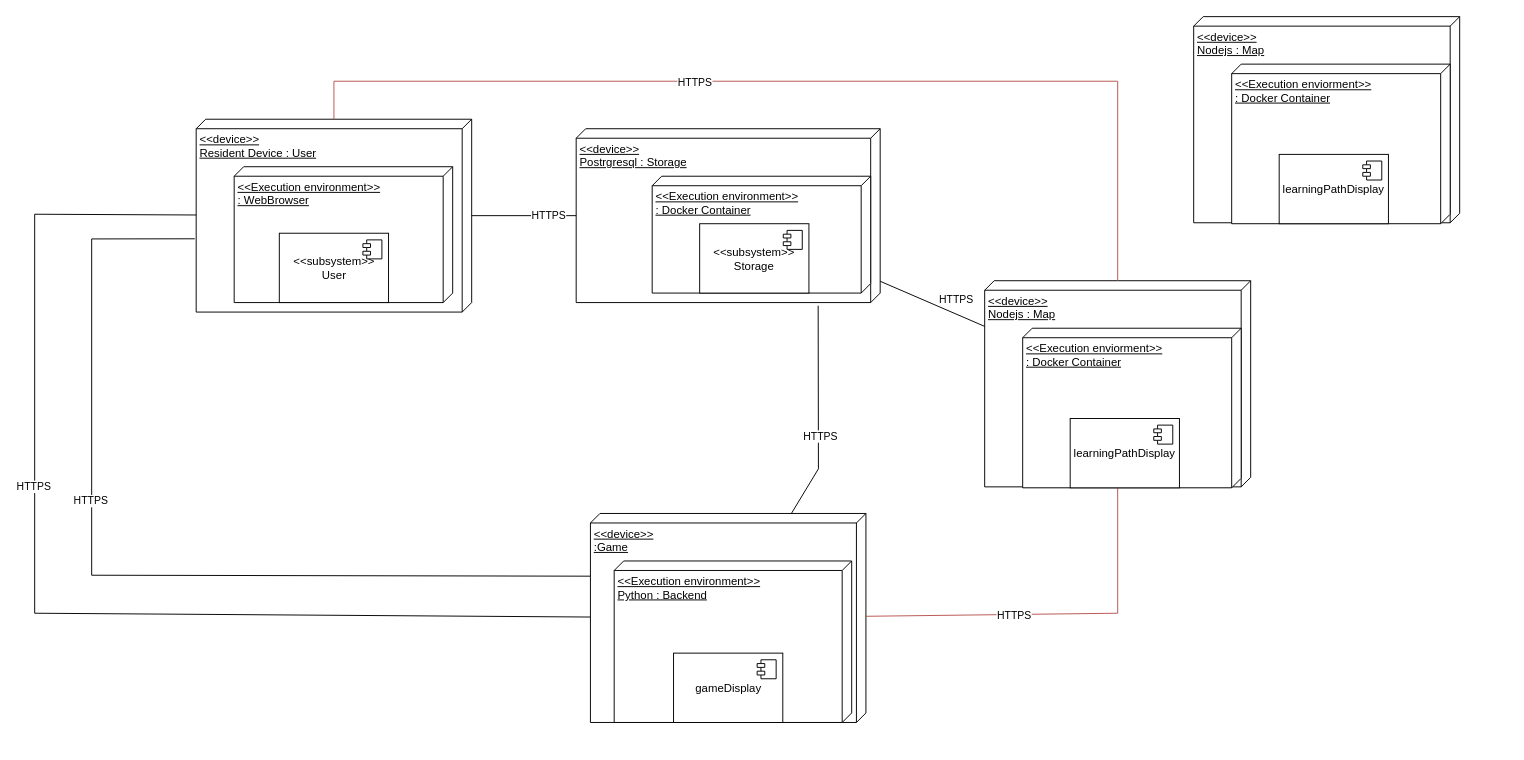
Before: FinalProject.drawio in sirfan123/1530, a draw.io diagram. Source tidied: cells renumbered, new cells numbered last; positions are measured from the earlier drawing's top-left corner, leaving out a move shared by most shapes. Both pictures are drawn from the tidied source at 95%, with x=0, y=0 at pixel (34, 16).
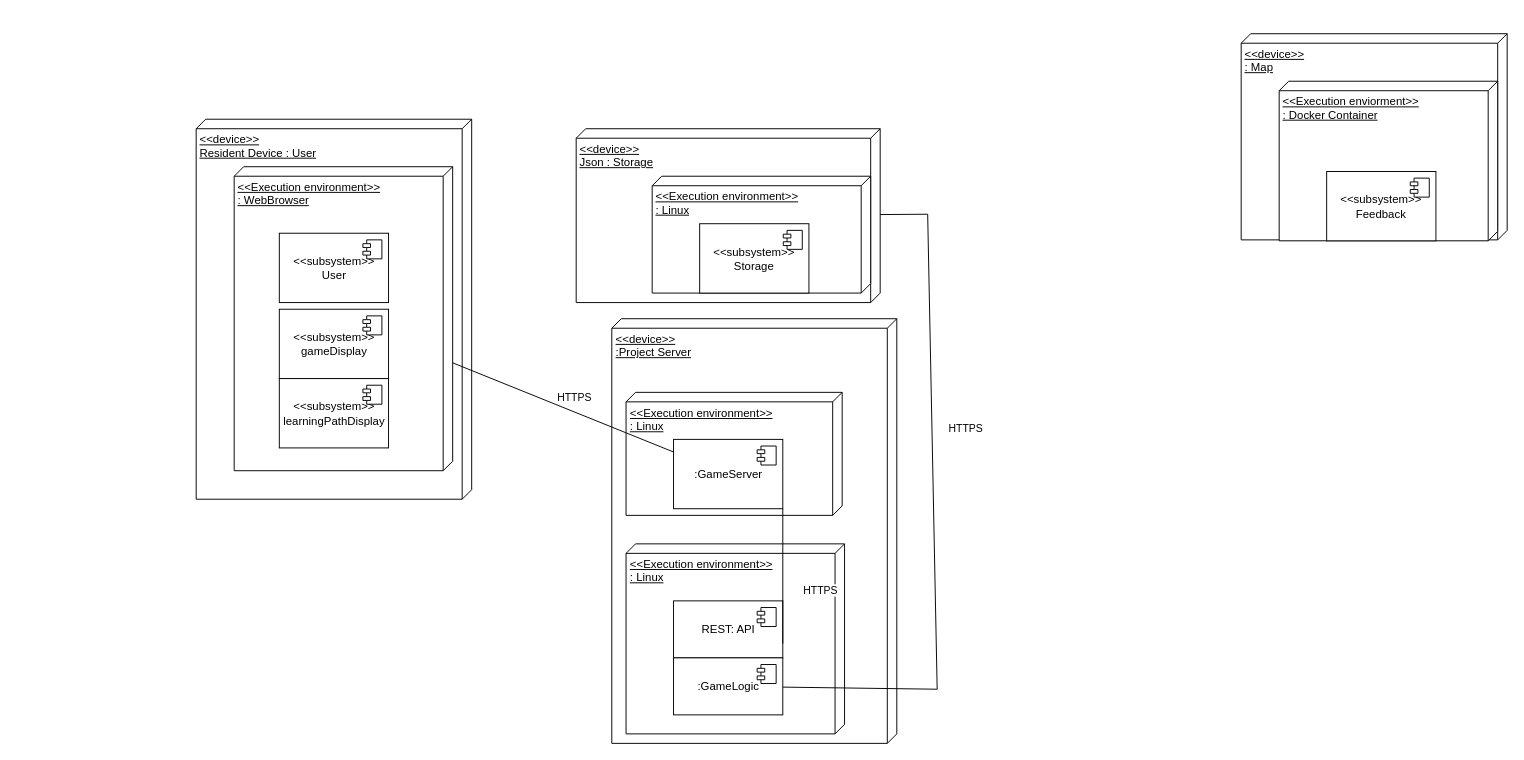
After the change.

Change to the diagram source:
```diff
@@
     <mxCell id="2" value="&amp;lt;&amp;lt;device&amp;gt;&amp;gt;&lt;br&gt;Resident Device : User" style="verticalAlign=top;align=left;spacingTop=8;spacingLeft=2;spacingRight=12;shape=cube;size=10;direction=south;fontStyle=4;html=1;whiteSpace=wrap;" parent="1" vertex="1">
-      <mxGeometry x="170" y="108" width="290" height="203" as="geometry" />
+      <mxGeometry x="170" y="108" width="290" height="400" as="geometry" />
     </mxCell>
     <mxCell id="3" value="&amp;lt;&amp;lt;Execution environment&amp;gt;&amp;gt;&lt;br&gt;: WebBrowser" style="verticalAlign=top;align=left;spacingTop=8;spacingLeft=2;spacingRight=12;shape=cube;size=10;direction=south;fontStyle=4;html=1;whiteSpace=wrap;" parent="1" vertex="1">
-      <mxGeometry x="210" y="158" width="230" height="143" as="geometry" />
+      <mxGeometry x="210" y="158" width="230" height="320" as="geometry" />
     </mxCell>
@@
-    <mxCell id="6" value="&amp;lt;&amp;lt;device&amp;gt;&amp;gt;&lt;br&gt;Postrgresql : Storage" style="verticalAlign=top;align=left;spacingTop=8;spacingLeft=2;spacingRight=12;shape=cube;size=10;direction=south;fontStyle=4;html=1;whiteSpace=wrap;" parent="1" vertex="1">
+    <mxCell id="6" value="&amp;lt;&amp;lt;device&amp;gt;&amp;gt;&lt;br&gt;Json : Storage" style="verticalAlign=top;align=left;spacingTop=8;spacingLeft=2;spacingRight=12;shape=cube;size=10;direction=south;fontStyle=4;html=1;whiteSpace=wrap;" parent="1" vertex="1">
       <mxGeometry x="570" y="118" width="320" height="183" as="geometry" />
     </mxCell>
-    <mxCell id="7" value="&amp;lt;&amp;lt;Execution environment&amp;gt;&amp;gt;&lt;br&gt;: Docker Container" style="verticalAlign=top;align=left;spacingTop=8;spacingLeft=2;spacingRight=12;shape=cube;size=10;direction=south;fontStyle=4;html=1;whiteSpace=wrap;" parent="1" vertex="1">
+    <mxCell id="7" value="&amp;lt;&amp;lt;Execution environment&amp;gt;&amp;gt;&lt;br&gt;: Linux" style="verticalAlign=top;align=left;spacingTop=8;spacingLeft=2;spacingRight=12;shape=cube;size=10;direction=south;fontStyle=4;html=1;whiteSpace=wrap;" parent="1" vertex="1">
       <mxGeometry x="650" y="168" width="230" height="123" as="geometry" />
     </mxCell>
-    <mxCell id="8" style="endArrow=none;html=1;rounded=0;" parent="1" edge="1" source="2" target="6">
-      <mxGeometry relative="1" as="geometry" />
-    </mxCell>
-    <mxCell id="9" value="HTTPS" style="edgeLabel;html=1;align=center;verticalAlign=middle;" parent="8" vertex="1">
-      <mxGeometry x="-0.22" y="-2" relative="1" as="geometry">
-        <mxPoint x="37" y="-2" as="offset" />
-      </mxGeometry>
-    </mxCell>
-    <mxCell id="10" value="&amp;lt;&amp;lt;device&amp;gt;&amp;gt;&lt;br&gt;:Game" style="verticalAlign=top;align=left;spacingTop=8;spacingLeft=2;spacingRight=12;shape=cube;size=10;direction=south;fontStyle=4;html=1;whiteSpace=wrap;" parent="1" vertex="1">
-      <mxGeometry x="585" y="523" width="290" height="220" as="geometry" />
-    </mxCell>
-    <mxCell id="11" value="&amp;lt;&amp;lt;Execution environment&amp;gt;&amp;gt;&lt;br&gt;Python : Backend" style="verticalAlign=top;align=left;spacingTop=8;spacingLeft=2;spacingRight=12;shape=cube;size=10;direction=south;fontStyle=4;html=1;whiteSpace=wrap;" parent="1" vertex="1">
-      <mxGeometry x="610" y="573" width="250" height="170" as="geometry" />
-    </mxCell>
-    <mxCell id="12" style="endArrow=none;html=1;rounded=0;entryX=1.018;entryY=0.204;entryDx=0;entryDy=0;entryPerimeter=0;" parent="1" edge="1" source="10" target="6">
-      <mxGeometry relative="1" as="geometry">
-        <Array as="points">
-          <mxPoint x="825" y="476" />
-        </Array>
-      </mxGeometry>
-    </mxCell>
-    <mxCell id="13" value="HTTPS" style="edgeLabel;html=1;align=center;verticalAlign=middle;" parent="12" vertex="1">
-      <mxGeometry x="-0.22" y="-2" relative="1" as="geometry">
-        <mxPoint y="-1" as="offset" />
-      </mxGeometry>
-    </mxCell>
-    <mxCell id="14" style="endArrow=none;html=1;rounded=0;" parent="1" edge="1" source="2" target="10">
-      <mxGeometry relative="1" as="geometry">
-        <Array as="points">
-          <mxPoint y="208" />
-          <mxPoint y="628" />
-        </Array>
-      </mxGeometry>
-    </mxCell>
-    <mxCell id="15" value="HTTPS" style="edgeLabel;html=1;align=center;verticalAlign=middle;" parent="14" vertex="1">
-      <mxGeometry x="-0.22" y="-2" relative="1" as="geometry">
-        <mxPoint y="-1" as="offset" />
-      </mxGeometry>
-    </mxCell>
-    <mxCell id="16" style="endArrow=none;html=1;rounded=0;exitX=0.62;exitY=1.005;exitDx=0;exitDy=0;exitPerimeter=0;entryX=0.3;entryY=1.001;entryDx=0;entryDy=0;entryPerimeter=0;" parent="1" edge="1" source="2" target="10">
-      <mxGeometry relative="1" as="geometry">
-        <Array as="points">
-          <mxPoint x="60" y="234" />
-          <mxPoint x="60" y="588" />
-        </Array>
-      </mxGeometry>
-    </mxCell>
-    <mxCell id="17" value="HTTPS" style="edgeLabel;html=1;align=center;verticalAlign=middle;" parent="16" vertex="1">
-      <mxGeometry x="-0.22" y="-2" relative="1" as="geometry">
-        <mxPoint y="-1" as="offset" />
-      </mxGeometry>
-    </mxCell>
-    <mxCell id="18" value="&amp;lt;&amp;lt;device&amp;gt;&amp;gt;&lt;br&gt;Nodejs : Map" style="verticalAlign=top;align=left;spacingTop=8;spacingLeft=2;spacingRight=12;shape=cube;size=10;direction=south;fontStyle=4;html=1;whiteSpace=wrap;" parent="1" vertex="1">
-      <mxGeometry x="1000" y="278" width="280" height="217" as="geometry" />
-    </mxCell>
-    <mxCell id="19" value="&amp;lt;&amp;lt;Execution enviorment&amp;gt;&amp;gt;&lt;br style=&quot;border-color: var(--border-color);&quot;&gt;: Docker Container&lt;br&gt;&lt;br&gt;" style="verticalAlign=top;align=left;spacingTop=8;spacingLeft=2;spacingRight=12;shape=cube;size=10;direction=south;fontStyle=4;html=1;whiteSpace=wrap;" parent="1" vertex="1">
-      <mxGeometry x="1040" y="328" width="230" height="168" as="geometry" />
-    </mxCell>
-    <mxCell id="20" style="endArrow=none;html=1;rounded=0;fillColor=#f8cecc;strokeColor=#b85450;" parent="1" edge="1" source="2" target="18">
-      <mxGeometry relative="1" as="geometry">
-        <Array as="points">
-          <mxPoint x="315" y="68" />
-          <mxPoint x="1140" y="68" />
-        </Array>
-      </mxGeometry>
-    </mxCell>
-    <mxCell id="21" value="HTTPS" style="edgeLabel;html=1;align=center;verticalAlign=middle;" parent="20" vertex="1">
-      <mxGeometry x="-0.22" y="-2" relative="1" as="geometry">
-        <mxPoint y="-1" as="offset" />
-      </mxGeometry>
-    </mxCell>
-    <mxCell id="22" style="endArrow=none;html=1;rounded=0;fillColor=#f8cecc;strokeColor=#b85450;" parent="1" edge="1" source="10" target="18">
-      <mxGeometry relative="1" as="geometry">
-        <Array as="points">
-          <mxPoint x="1140" y="628" />
-        </Array>
-      </mxGeometry>
-    </mxCell>
-    <mxCell id="23" value="HTTPS" style="edgeLabel;html=1;align=center;verticalAlign=middle;" parent="22" vertex="1">
-      <mxGeometry x="-0.22" y="-2" relative="1" as="geometry">
-        <mxPoint y="-1" as="offset" />
-      </mxGeometry>
-    </mxCell>
-    <mxCell id="24" style="endArrow=none;html=1;rounded=0;" parent="1" edge="1" source="6" target="18">
-      <mxGeometry relative="1" as="geometry" />
-    </mxCell>
-    <mxCell id="25" value="HTTPS" style="edgeLabel;html=1;align=center;verticalAlign=middle;" parent="24" vertex="1">
-      <mxGeometry x="-0.22" y="-2" relative="1" as="geometry">
-        <mxPoint x="37" y="-2" as="offset" />
-      </mxGeometry>
-    </mxCell>
@@
-    <mxCell id="28" value="gameDisplay" style="html=1;whiteSpace=wrap;" parent="1" vertex="1">
-      <mxGeometry x="672.5" y="670" width="115" height="73" as="geometry" />
+    <mxCell id="28" value="&amp;lt;&amp;lt;subsystem&amp;gt;&amp;gt;&lt;br&gt;gameDisplay" style="html=1;whiteSpace=wrap;" parent="1" vertex="1">
+      <mxGeometry x="257.5" y="308" width="115" height="73" as="geometry" />
     </mxCell>
@@
-    <mxCell id="30" value="learningPathDisplay" style="html=1;whiteSpace=wrap;" parent="1" vertex="1">
-      <mxGeometry x="1090" y="423" width="115" height="73" as="geometry" />
+    <mxCell id="30" value="&amp;lt;&amp;lt;subsystem&amp;gt;&amp;gt;&lt;br&gt;learningPathDisplay" style="html=1;whiteSpace=wrap;" parent="1" vertex="1">
+      <mxGeometry x="257.5" y="381" width="115" height="73" as="geometry" />
     </mxCell>
@@
-    <mxCell id="32" value="&amp;lt;&amp;lt;device&amp;gt;&amp;gt;&lt;br&gt;Nodejs : Map" style="verticalAlign=top;align=left;spacingTop=8;spacingLeft=2;spacingRight=12;shape=cube;size=10;direction=south;fontStyle=4;html=1;whiteSpace=wrap;" parent="1" vertex="1">
-      <mxGeometry x="1220" width="280" height="217" as="geometry" />
+    <mxCell id="32" value="&amp;lt;&amp;lt;device&amp;gt;&amp;gt;&lt;br&gt;: Map" style="verticalAlign=top;align=left;spacingTop=8;spacingLeft=2;spacingRight=12;shape=cube;size=10;direction=south;fontStyle=4;html=1;whiteSpace=wrap;" parent="1" vertex="1">
+      <mxGeometry x="1270" y="18" width="280" height="217" as="geometry" />
     </mxCell>
     <mxCell id="33" value="&amp;lt;&amp;lt;Execution enviorment&amp;gt;&amp;gt;&lt;br style=&quot;border-color: var(--border-color);&quot;&gt;: Docker Container&lt;br&gt;&lt;br&gt;" style="verticalAlign=top;align=left;spacingTop=8;spacingLeft=2;spacingRight=12;shape=cube;size=10;direction=south;fontStyle=4;html=1;whiteSpace=wrap;" parent="1" vertex="1">
-      <mxGeometry x="1260" y="50" width="230" height="168" as="geometry" />
+      <mxGeometry x="1310" y="68" width="230" height="168" as="geometry" />
     </mxCell>
-    <mxCell id="34" value="learningPathDisplay" style="html=1;whiteSpace=wrap;" parent="1" vertex="1">
-      <mxGeometry x="1310" y="145" width="115" height="73" as="geometry" />
+    <mxCell id="34" value="&amp;lt;&amp;lt;subsystem&amp;gt;&amp;gt;&lt;br&gt;Feedback" style="html=1;whiteSpace=wrap;" parent="1" vertex="1">
+      <mxGeometry x="1360" y="163" width="115" height="73" as="geometry" />
     </mxCell>
@@
+    <mxCell id="36" value="&amp;lt;&amp;lt;device&amp;gt;&amp;gt;&lt;br&gt;:Project Server" style="verticalAlign=top;align=left;spacingTop=8;spacingLeft=2;spacingRight=12;shape=cube;size=10;direction=south;fontStyle=4;html=1;whiteSpace=wrap;" parent="1" vertex="1">
+      <mxGeometry x="607.5" y="318" width="300" height="447" as="geometry" />
+    </mxCell>
+    <mxCell id="37" value="&amp;lt;&amp;lt;Execution environment&amp;gt;&amp;gt;&lt;br&gt;: Linux" style="verticalAlign=top;align=left;spacingTop=8;spacingLeft=2;spacingRight=12;shape=cube;size=10;direction=south;fontStyle=4;html=1;whiteSpace=wrap;" parent="1" vertex="1">
+      <mxGeometry x="622.5" y="395.5" width="227.5" height="129.5" as="geometry" />
+    </mxCell>
+    <mxCell id="38" style="endArrow=none;html=1;rounded=0;" parent="1" edge="1" source="3" target="41">
+      <mxGeometry relative="1" as="geometry" />
+    </mxCell>
+    <mxCell id="39" value="HTTPS" style="edgeLabel;html=1;align=center;verticalAlign=middle;" parent="38" vertex="1">
+      <mxGeometry x="-0.22" y="-2" relative="1" as="geometry">
+        <mxPoint x="37" y="-2" as="offset" />
+      </mxGeometry>
+    </mxCell>
+    <mxCell id="40" value="&amp;lt;&amp;lt;Execution environment&amp;gt;&amp;gt;&lt;br&gt;: Linux" style="verticalAlign=top;align=left;spacingTop=8;spacingLeft=2;spacingRight=12;shape=cube;size=10;direction=south;fontStyle=4;html=1;whiteSpace=wrap;" parent="1" vertex="1">
+      <mxGeometry x="622.5" y="555" width="230" height="200" as="geometry" />
+    </mxCell>
+    <mxCell id="41" value=":GameServer" style="html=1;whiteSpace=wrap;" parent="1" vertex="1">
+      <mxGeometry x="672.5" y="445" width="115" height="73" as="geometry" />
+    </mxCell>
+    <mxCell id="42" style="shape=module;jettyWidth=8;jettyHeight=4;" parent="41" vertex="1">
+      <mxGeometry x="1" width="20" height="20" relative="1" as="geometry">
+        <mxPoint x="-27" y="7" as="offset" />
+      </mxGeometry>
+    </mxCell>
+    <mxCell id="43" value="REST: API" style="html=1;whiteSpace=wrap;" parent="1" vertex="1">
+      <mxGeometry x="672.5" y="615" width="115" height="60" as="geometry" />
+    </mxCell>
+    <mxCell id="44" style="shape=module;jettyWidth=8;jettyHeight=4;" parent="43" vertex="1">
+      <mxGeometry x="1" width="20" height="20" relative="1" as="geometry">
+        <mxPoint x="-27" y="7" as="offset" />
+      </mxGeometry>
+    </mxCell>
+    <mxCell id="45" value=":GameLogic" style="html=1;whiteSpace=wrap;" parent="1" vertex="1">
+      <mxGeometry x="672.5" y="675" width="115" height="60" as="geometry" />
+    </mxCell>
+    <mxCell id="46" style="shape=module;jettyWidth=8;jettyHeight=4;" parent="45" vertex="1">
+      <mxGeometry x="1" width="20" height="20" relative="1" as="geometry">
+        <mxPoint x="-27" y="7" as="offset" />
+      </mxGeometry>
+    </mxCell>
+    <mxCell id="47" style="endArrow=none;html=1;rounded=0;" parent="1" edge="1" source="6" target="45">
+      <mxGeometry relative="1" as="geometry">
+        <Array as="points">
+          <mxPoint x="940" y="208" />
+          <mxPoint x="950" y="708" />
+        </Array>
+      </mxGeometry>
+    </mxCell>
+    <mxCell id="48" value="HTTPS" style="edgeLabel;html=1;align=center;verticalAlign=middle;" parent="47" vertex="1">
+      <mxGeometry x="-0.22" y="-2" relative="1" as="geometry">
+        <mxPoint x="37" y="-2" as="offset" />
+      </mxGeometry>
+    </mxCell>
+    <mxCell id="49" style="endArrow=none;html=1;rounded=0;entryX=1;entryY=1;entryDx=0;entryDy=0;exitX=1;exitY=0.75;exitDx=0;exitDy=0;" parent="1" edge="1" source="43" target="41">
+      <mxGeometry relative="1" as="geometry" />
+    </mxCell>
+    <mxCell id="50" value="HTTPS" style="edgeLabel;html=1;align=center;verticalAlign=middle;" parent="49" vertex="1">
+      <mxGeometry x="-0.22" y="-2" relative="1" as="geometry">
+        <mxPoint x="37" y="-2" as="offset" />
+      </mxGeometry>
+    </mxCell>
```
